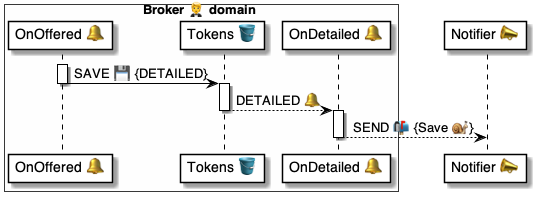
Before: 4 ⚙️ Solution/20 🧑‍🦰 UI/Brokers 🤵/🤵🪣 Broker tables/Tokens 🎫 table/🪣🔔 2 Detailed/🤵 OnTokenDetailed ⚙️ uml.png, a diagram exported from PlantUML (pollyweb-org/pollyweb-docs). Its source is kept beside it as 4 ⚙️ Solution/20 🧑‍🦰 UI/Brokers 🤵/🤵🪣 Broker tables/Tokens 🎫 table/🪣🔔 2 Detailed/🤵 OnTokenDetailed ⚙️ uml.puml.
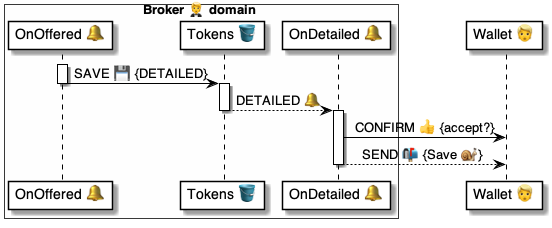
After the change.

The edit, as a diff of the source:
```diff
@@ -6,9 +6,7 @@
     participant "Tokens 🪣" as table
     participant "OnDetailed 🔔" as handler
 end box
-
-participant "Notifier 📣" as notifier
-
+participant "Wallet 👱" as wallet
 
 
 activate script
@@ -20,7 +18,8 @@
 deactivate table
 
 activate handler
-    handler --> notifier: SEND 📬 {Save 🐌}
+    handler -> wallet: CONFIRM 👍 {accept?}
+    handler --> wallet: SEND 📬 {Save 🐌}
 deactivate handler
 
 @enduml
```
